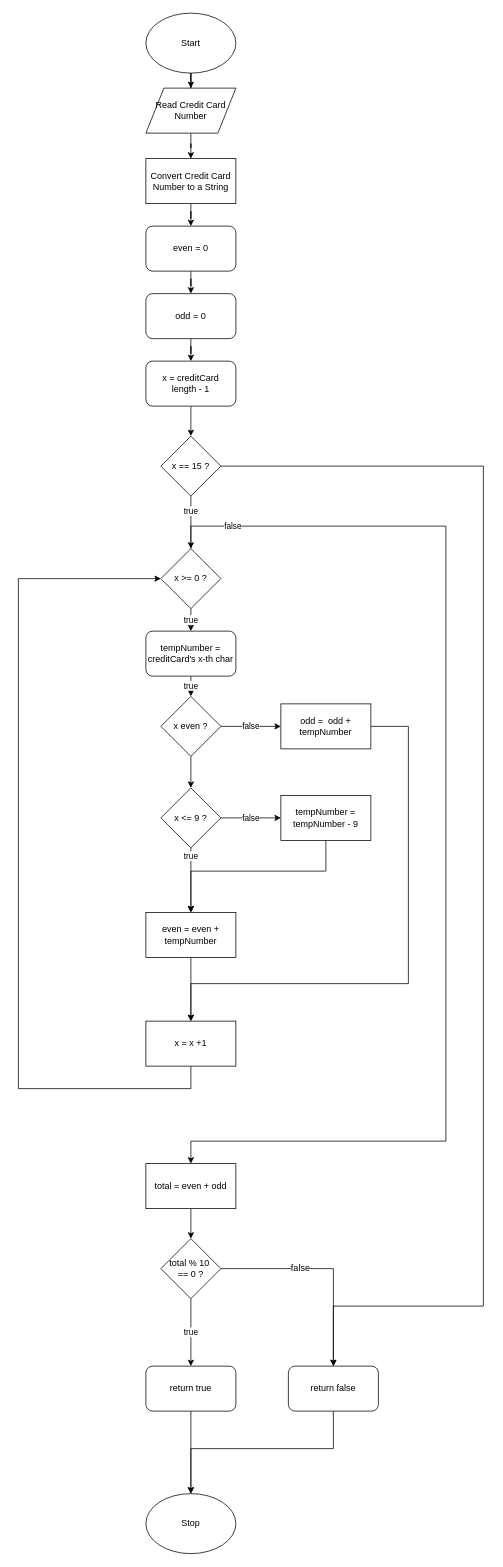
The draw.io diagram assets/johns-card.drawio in grallc/johns-card, before the edit. Source tidied: cells renumbered, new cells numbered last; positions are measured from the earlier drawing's top-left corner, leaving out a move shared by most shapes. Both pictures are drawn from the tidied source at 75%, with x=0, y=0 at pixel (18, 13).
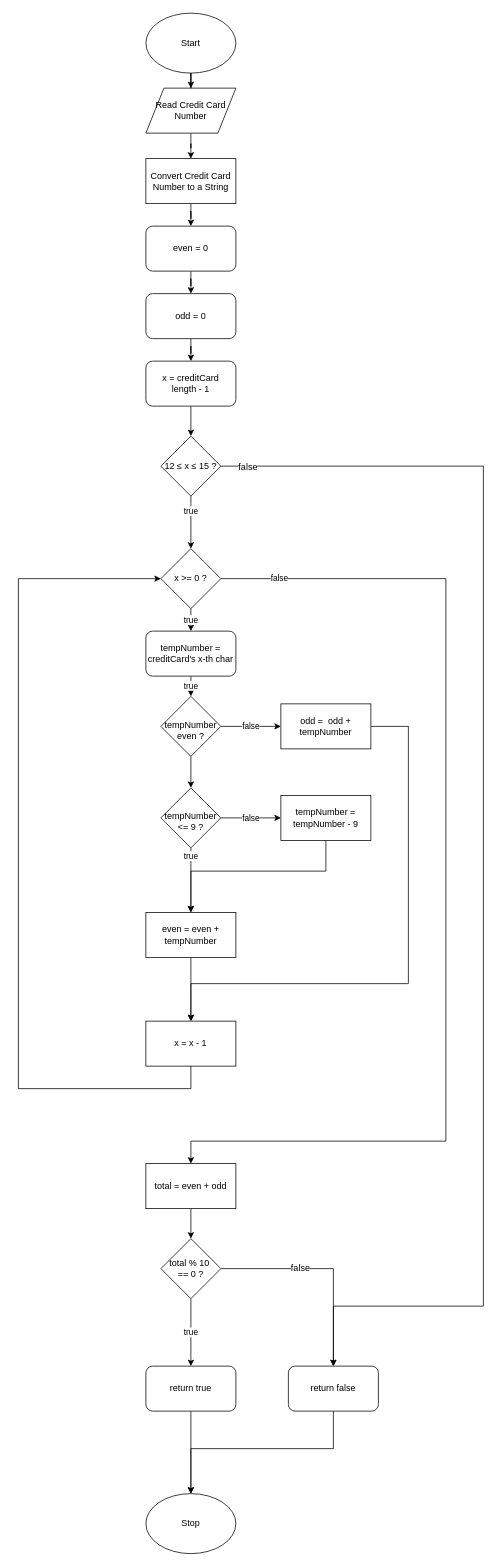
The same page after the edit.

Unchanged cells that the change refers to:
```xml
<mxCell id="8" value="x &amp;gt;= 0 ?" style="rhombus;whiteSpace=wrap;html=1;" parent="1" vertex="1">
  <mxGeometry x="190" y="714" width="80" height="80" as="geometry" />
</mxCell>
<mxCell id="33" value="total = even + odd" style="rounded=0;whiteSpace=wrap;html=1;" parent="1" vertex="1">
  <mxGeometry x="170" y="1534" width="120" height="60" as="geometry" />
</mxCell>
<mxCell id="45" style="edgeStyle=orthogonalEdgeStyle;rounded=0;jettySize=auto;html=1;entryX=0.5;entryY=0;entryDx=0;entryDy=0;" parent="1" edge="1" source="46" target="43">
  <mxGeometry relative="1" as="geometry">
    <Array as="points">
      <mxPoint x="620" y="604" />
      <mxPoint x="620" y="1724" />
      <mxPoint x="420" y="1724" />
    </Array>
  </mxGeometry>
</mxCell>
```

Diff of the diagram source:
```diff
@@
     <mxCell id="7" value="false" style="edgeStyle=orthogonalEdgeStyle;rounded=0;jettySize=auto;html=1;entryX=0.5;entryY=0;entryDx=0;entryDy=0;" parent="1" edge="1" source="8" target="33">
       <mxGeometry x="-0.89" relative="1" as="geometry">
         <Array as="points">
-          <mxPoint x="230" y="684" />
-          <mxPoint x="570" y="684" />
+          <mxPoint x="570" y="754" />
           <mxPoint x="570" y="1504" />
           <mxPoint x="230" y="1504" />
         </Array>
       </mxGeometry>
     </mxCell>
@@
-    <mxCell id="16" value="x even ?" style="rhombus;whiteSpace=wrap;html=1;" parent="1" vertex="1">
+    <mxCell id="16" value="tempNumber even ?" style="rhombus;whiteSpace=wrap;html=1;spacingTop=9;" parent="1" vertex="1">
       <mxGeometry x="190" y="911" width="80" height="80" as="geometry" />
     </mxCell>
@@
-    <mxCell id="25" value="x &amp;lt;= 9 ?" style="rhombus;whiteSpace=wrap;html=1;" parent="1" vertex="1">
+    <mxCell id="25" value="tempNumber &amp;lt;= 9 ?" style="rhombus;whiteSpace=wrap;html=1;spacingLeft=0;spacingTop=10;" parent="1" vertex="1">
       <mxGeometry x="190" y="1033" width="80" height="80" as="geometry" />
     </mxCell>
@@
-    <mxCell id="34" value="x = x +1" style="rounded=0;whiteSpace=wrap;html=1;" parent="1" vertex="1">
+    <mxCell id="34" value="x = x - 1" style="rounded=0;whiteSpace=wrap;html=1;" parent="1" vertex="1">
       <mxGeometry x="170" y="1344" width="120" height="60" as="geometry" />
     </mxCell>
@@
+    <mxCell id="47" value="false" style="text;html=1;align=center;verticalAlign=middle;labelBackgroundColor=#ffffff;" parent="45" vertex="1">
+      <mxGeometry x="-0.96" relative="1" as="geometry" />
+    </mxCell>
-    <mxCell id="46" value="x == 15 ?" style="rhombus;whiteSpace=wrap;html=1;" parent="1" vertex="1">
+    <mxCell id="46" value="12 ≤ x ≤ 15 ?" style="rhombus;whiteSpace=wrap;html=1;" parent="1" vertex="1">
       <mxGeometry x="190" y="564" width="80" height="80" as="geometry" />
     </mxCell>
```
